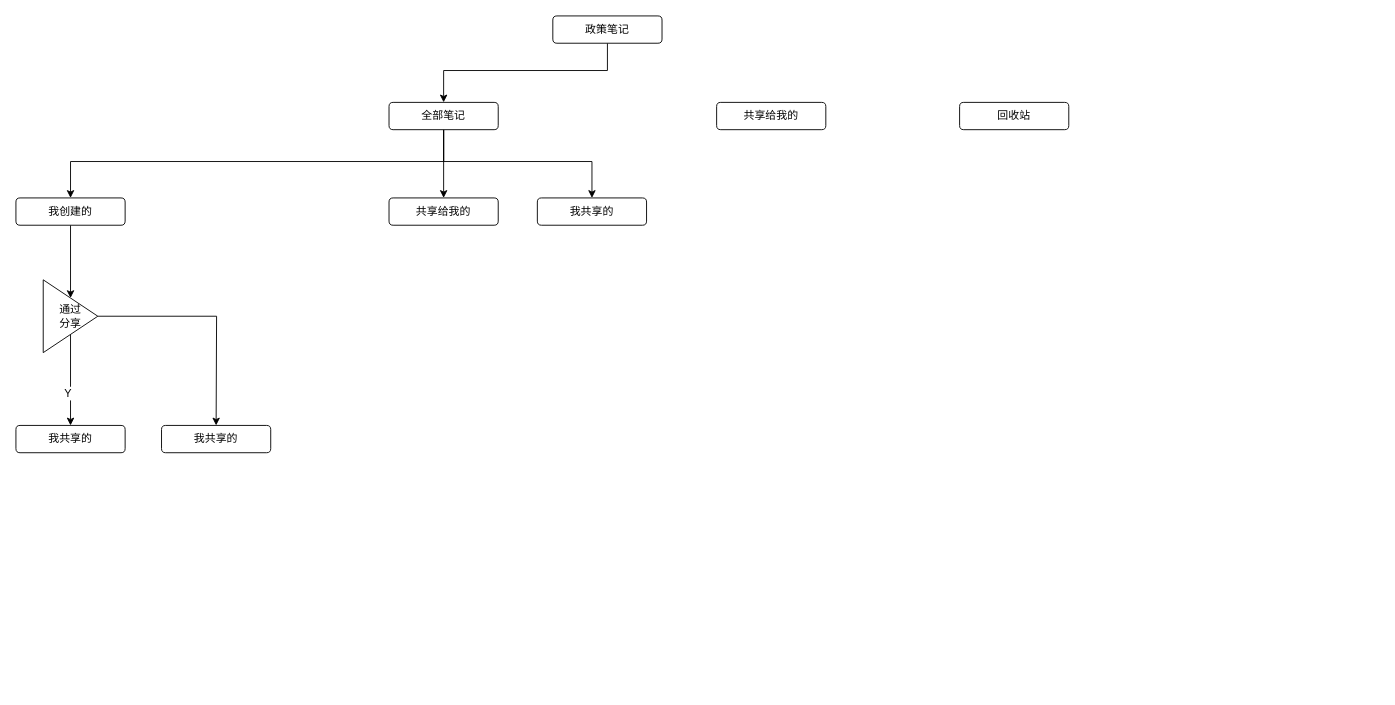
Above: mapo.drawio in cocokoo/website (draw.io), before the change. Source tidied: cells renumbered, new cells numbered last; positions are measured from the earlier drawing's top-left corner, leaving out a move shared by most shapes. Both pictures are drawn from the tidied source at 91%, with x=0, y=0 at pixel (15, 15).
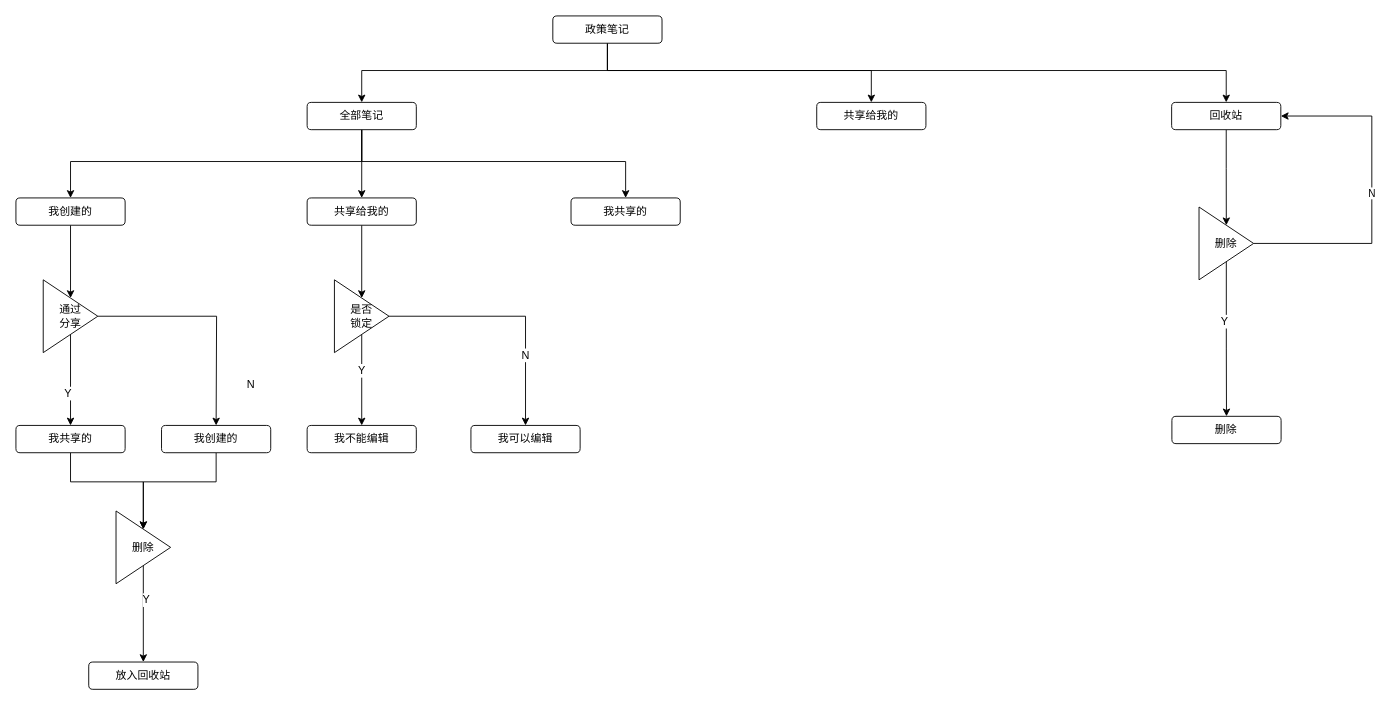
Above is the later version.

Unchanged cells that the change refers to:
```xml
<mxCell id="3" value="政策笔记" style="rounded=1;whiteSpace=wrap;html=1;" parent="1" vertex="1">
  <mxGeometry x="590" width="120" height="30" as="geometry" />
</mxCell>
<mxCell id="11" value="我创建的" style="rounded=1;whiteSpace=wrap;html=1;" parent="1" vertex="1">
  <mxGeometry y="200" width="120" height="30" as="geometry" />
</mxCell>
<mxCell id="16" style="edgeStyle=orthogonalEdgeStyle;rounded=0;jettySize=auto;html=1;" parent="1" edge="1" source="17">
  <mxGeometry relative="1" as="geometry">
    <mxPoint x="220" y="450" as="targetPoint" />
  </mxGeometry>
</mxCell>
<mxCell id="18" value="我共享的" style="rounded=1;whiteSpace=wrap;html=1;" parent="1" vertex="1">
  <mxGeometry y="450" width="120" height="30" as="geometry" />
</mxCell>
```

What changed in the source:
```diff
@@
     <mxCell id="2" style="edgeStyle=orthogonalEdgeStyle;rounded=0;jettySize=auto;html=1;entryX=0.5;entryY=0;entryDx=0;entryDy=0;exitX=0.5;exitY=1;exitDx=0;exitDy=0;" parent="1" edge="1" source="3" target="7">
       <mxGeometry relative="1" as="geometry">
         <Array as="points">
           <mxPoint x="650" y="60" />
-          <mxPoint x="470" y="60" />
+          <mxPoint x="380" y="60" />
         </Array>
       </mxGeometry>
     </mxCell>
+    <mxCell id="20" style="edgeStyle=orthogonalEdgeStyle;rounded=0;jettySize=auto;html=1;exitX=0.5;exitY=1;exitDx=0;exitDy=0;" parent="1" edge="1" source="3" target="8">
+      <mxGeometry relative="1" as="geometry">
+        <Array as="points">
+          <mxPoint x="650" y="60" />
+          <mxPoint x="940" y="60" />
+        </Array>
+      </mxGeometry>
+    </mxCell>
+    <mxCell id="21" style="edgeStyle=orthogonalEdgeStyle;rounded=0;jettySize=auto;html=1;entryX=0.5;entryY=0;entryDx=0;entryDy=0;exitX=0.5;exitY=1;exitDx=0;exitDy=0;" parent="1" edge="1" source="3" target="9">
+      <mxGeometry relative="1" as="geometry">
+        <Array as="points">
+          <mxPoint x="650" y="60" />
+          <mxPoint x="1330" y="60" />
+        </Array>
+      </mxGeometry>
+    </mxCell>
@@
     <mxCell id="4" style="edgeStyle=orthogonalEdgeStyle;rounded=0;jettySize=auto;html=1;" parent="1" edge="1" source="7" target="11">
       <mxGeometry relative="1" as="geometry">
         <Array as="points">
-          <mxPoint x="470" y="160" />
+          <mxPoint x="380" y="160" />
           <mxPoint x="60" y="160" />
         </Array>
       </mxGeometry>
     </mxCell>
@@
     <mxCell id="6" style="edgeStyle=orthogonalEdgeStyle;rounded=0;jettySize=auto;html=1;exitX=0.5;exitY=1;exitDx=0;exitDy=0;" parent="1" edge="1" source="7" target="13">
       <mxGeometry relative="1" as="geometry">
         <Array as="points">
-          <mxPoint x="470" y="160" />
-          <mxPoint x="633" y="160" />
+          <mxPoint x="380" y="160" />
+          <mxPoint x="670" y="160" />
         </Array>
       </mxGeometry>
     </mxCell>
     <mxCell id="7" value="全部笔记" style="rounded=1;whiteSpace=wrap;html=1;" parent="1" vertex="1">
-      <mxGeometry x="410" y="95" width="120" height="30" as="geometry" />
+      <mxGeometry x="320" y="95" width="120" height="30" as="geometry" />
     </mxCell>
     <mxCell id="8" value="共享给我的" style="rounded=1;whiteSpace=wrap;html=1;" parent="1" vertex="1">
-      <mxGeometry x="770" y="95" width="120" height="30" as="geometry" />
+      <mxGeometry x="880" y="95" width="120" height="30" as="geometry" />
     </mxCell>
+    <mxCell id="22" style="edgeStyle=orthogonalEdgeStyle;rounded=0;jettySize=auto;html=1;" parent="1" edge="1" source="9" target="41">
+      <mxGeometry relative="1" as="geometry" />
+    </mxCell>
     <mxCell id="9" value="回收站" style="rounded=1;whiteSpace=wrap;html=1;" parent="1" vertex="1">
-      <mxGeometry x="1037" y="95" width="120" height="30" as="geometry" />
+      <mxGeometry x="1270" y="95" width="120" height="30" as="geometry" />
     </mxCell>
@@
+    <mxCell id="23" style="edgeStyle=orthogonalEdgeStyle;rounded=0;jettySize=auto;html=1;entryX=0.5;entryY=0;entryDx=0;entryDy=0;" parent="1" edge="1" source="12" target="35">
+      <mxGeometry relative="1" as="geometry" />
+    </mxCell>
     <mxCell id="12" value="共享给我的" style="rounded=1;whiteSpace=wrap;html=1;" parent="1" vertex="1">
-      <mxGeometry x="410" y="200" width="120" height="30" as="geometry" />
+      <mxGeometry x="320" y="200" width="120" height="30" as="geometry" />
     </mxCell>
     <mxCell id="13" value="我共享的" style="rounded=1;whiteSpace=wrap;html=1;" parent="1" vertex="1">
-      <mxGeometry x="573" y="200" width="120" height="30" as="geometry" />
+      <mxGeometry x="610" y="200" width="120" height="30" as="geometry" />
     </mxCell>
@@
+    <mxCell id="24" value="N" style="text;html=1;align=center;verticalAlign=middle;labelBackgroundColor=#ffffff;" parent="16" vertex="1">
+      <mxGeometry x="0.04" y="-37" relative="1" as="geometry">
+        <mxPoint x="37" y="37" as="offset" />
+      </mxGeometry>
+    </mxCell>
@@
+    <mxCell id="25" style="edgeStyle=orthogonalEdgeStyle;rounded=0;jettySize=auto;html=1;" parent="1" edge="1" source="18" target="29">
+      <mxGeometry relative="1" as="geometry" />
+    </mxCell>
@@
+    <mxCell id="26" style="edgeStyle=orthogonalEdgeStyle;rounded=0;jettySize=auto;html=1;entryX=0.5;entryY=0;entryDx=0;entryDy=0;" parent="1" edge="1" source="19" target="29">
+      <mxGeometry relative="1" as="geometry" />
+    </mxCell>
-    <mxCell id="19" value="我共享的" style="rounded=1;whiteSpace=wrap;html=1;" parent="1" vertex="1">
+    <mxCell id="19" value="我创建的" style="rounded=1;whiteSpace=wrap;html=1;" parent="1" vertex="1">
       <mxGeometry x="160" y="450" width="120" height="30" as="geometry" />
     </mxCell>
+    <mxCell id="27" style="edgeStyle=orthogonalEdgeStyle;rounded=0;jettySize=auto;html=1;" parent="1" edge="1" source="29" target="30">
+      <mxGeometry relative="1" as="geometry" />
+    </mxCell>
+    <mxCell id="28" value="Y" style="text;html=1;align=center;verticalAlign=middle;labelBackgroundColor=#ffffff;" parent="27" vertex="1">
+      <mxGeometry x="-0.31" y="2" relative="1" as="geometry" />
+    </mxCell>
+    <mxCell id="29" value="删除" style="triangle;whiteSpace=wrap;html=1;" parent="1" vertex="1">
+      <mxGeometry x="110" y="544" width="60" height="80" as="geometry" />
+    </mxCell>
+    <mxCell id="30" value="放入回收站" style="rounded=1;whiteSpace=wrap;html=1;" parent="1" vertex="1">
+      <mxGeometry x="80" y="710" width="120" height="30" as="geometry" />
+    </mxCell>
+    <mxCell id="31" style="edgeStyle=orthogonalEdgeStyle;rounded=0;jettySize=auto;html=1;" parent="1" edge="1" source="35" target="36">
+      <mxGeometry relative="1" as="geometry" />
+    </mxCell>
+    <mxCell id="32" value="Y" style="text;html=1;align=center;verticalAlign=middle;labelBackgroundColor=#ffffff;" parent="31" vertex="1">
+      <mxGeometry x="-0.22" y="-1" relative="1" as="geometry" />
+    </mxCell>
+    <mxCell id="33" style="edgeStyle=orthogonalEdgeStyle;rounded=0;jettySize=auto;html=1;" parent="1" edge="1" source="35" target="37">
+      <mxGeometry relative="1" as="geometry" />
+    </mxCell>
+    <mxCell id="34" value="N" style="text;html=1;align=center;verticalAlign=middle;labelBackgroundColor=#ffffff;" parent="33" vertex="1">
+      <mxGeometry x="0.1" y="-42" relative="1" as="geometry" />
+    </mxCell>
+    <mxCell id="35" value="是否&lt;br&gt;锁定" style="triangle;whiteSpace=wrap;html=1;" parent="1" vertex="1">
+      <mxGeometry x="350" y="290" width="60" height="80" as="geometry" />
+    </mxCell>
+    <mxCell id="36" value="我不能编辑" style="rounded=1;whiteSpace=wrap;html=1;" parent="1" vertex="1">
+      <mxGeometry x="320" y="450" width="120" height="30" as="geometry" />
+    </mxCell>
+    <mxCell id="37" value="我可以编辑" style="rounded=1;whiteSpace=wrap;html=1;" parent="1" vertex="1">
+      <mxGeometry x="500" y="450" width="120" height="30" as="geometry" />
+    </mxCell>
+    <mxCell id="38" style="edgeStyle=orthogonalEdgeStyle;rounded=0;jettySize=auto;html=1;" parent="1" edge="1" source="41" target="42">
+      <mxGeometry relative="1" as="geometry" />
+    </mxCell>
+    <mxCell id="39" value="Y" style="text;html=1;align=center;verticalAlign=middle;labelBackgroundColor=#ffffff;" parent="38" vertex="1">
+      <mxGeometry x="0.12" y="-29" relative="1" as="geometry">
+        <mxPoint x="26" y="-29" as="offset" />
+      </mxGeometry>
+    </mxCell>
+    <mxCell id="40" value="N" style="edgeStyle=orthogonalEdgeStyle;rounded=0;jettySize=auto;html=1;entryX=1;entryY=0.5;entryDx=0;entryDy=0;" parent="1" edge="1" source="41" target="9">
+      <mxGeometry relative="1" as="geometry">
+        <Array as="points">
+          <mxPoint x="1490" y="250" />
+          <mxPoint x="1490" y="110" />
+        </Array>
+      </mxGeometry>
+    </mxCell>
+    <mxCell id="41" value="删除" style="triangle;whiteSpace=wrap;html=1;" parent="1" vertex="1">
+      <mxGeometry x="1300.1" y="210" width="60" height="80" as="geometry" />
+    </mxCell>
+    <mxCell id="42" value="删除" style="rounded=1;whiteSpace=wrap;html=1;" parent="1" vertex="1">
+      <mxGeometry x="1270.3" y="440" width="120" height="30" as="geometry" />
+    </mxCell>
```
